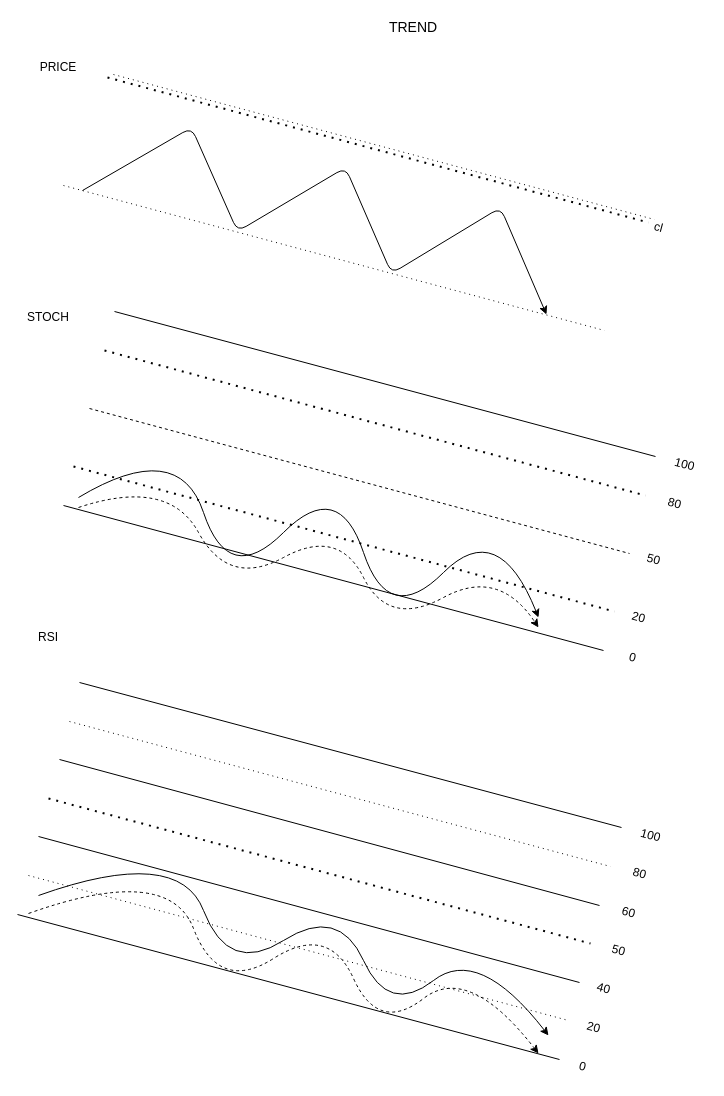
Earlier version of the draw.io diagram draws/14 -- trend.drawio (uzziahmogg/LithiumIndicator). Source tidied: cells renumbered, new cells numbered last; positions are measured from the earlier drawing's top-left corner, leaving out a move shared by most shapes. Both pictures are drawn from the tidied source at 100%, with x=0, y=0 at pixel (17, 17).
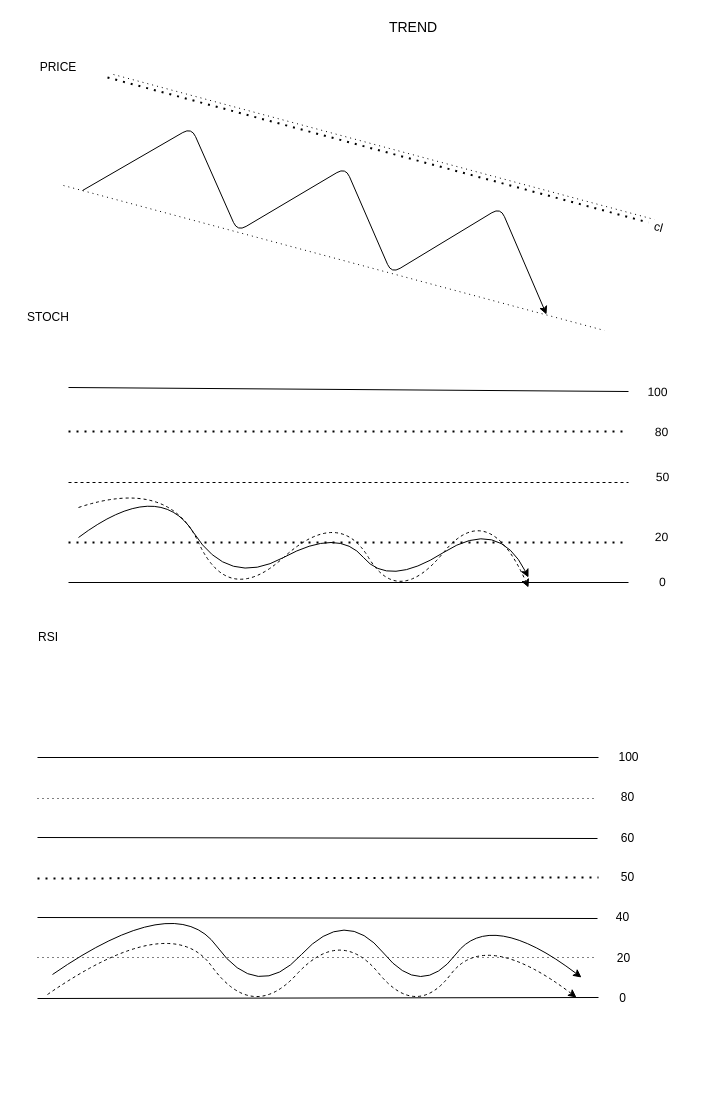
Above is the later version.

The edit, as a diff of the source:
```diff
@@
     <mxCell id="5" style="curved=1;endArrow=classic;html=1;dashed=1;" parent="1" edge="1">
       <mxGeometry x="10" y="270" as="geometry">
         <mxPoint x="61" y="490" as="sourcePoint" />
-        <mxPoint x="521" y="610" as="targetPoint" />
+        <mxPoint x="511" y="570" as="targetPoint" />
         <Array as="points">
           <mxPoint x="151" y="460" />
-          <mxPoint x="211" y="570" />
-          <mxPoint x="321" y="510" />
-          <mxPoint x="371" y="610" />
-          <mxPoint x="481" y="550" />
+          <mxPoint x="211" y="590" />
+          <mxPoint x="321" y="490" />
+          <mxPoint x="381" y="590" />
+          <mxPoint x="471" y="480" />
         </Array>
       </mxGeometry>
     </mxCell>
-    <mxCell id="6" style="group;rotation=15;" parent="1" vertex="1">
-      <mxGeometry x="61" y="360" width="610" height="220" as="geometry" />
-    </mxCell>
+    <mxCell id="17" value="RSI" style="text;html=1;strokeColor=none;fillColor=none;align=center;verticalAlign=middle;whiteSpace=wrap;rounded=0;" parent="1" vertex="1">
+      <mxGeometry x="11" y="610" width="40" height="20" as="geometry" />
+    </mxCell>
+    <mxCell id="18" style="endArrow=classic;html=1;" parent="1" edge="1">
+      <mxGeometry x="59" y="87" as="geometry">
+        <mxPoint x="65" y="173" as="sourcePoint" />
+        <mxPoint x="529" y="297" as="targetPoint" />
+        <Array as="points">
+          <mxPoint x="174" y="110" />
+          <mxPoint x="220" y="214" />
+          <mxPoint x="328" y="150" />
+          <mxPoint x="374" y="256" />
+          <mxPoint x="483" y="190" />
+        </Array>
+      </mxGeometry>
+    </mxCell>
+    <mxCell id="19" style="endArrow=none;dashed=1;html=1;dashPattern=1 4;" parent="1" edge="1">
+      <mxGeometry x="59" y="87" as="geometry">
+        <mxPoint x="96" y="57" as="sourcePoint" />
+        <mxPoint x="637" y="202" as="targetPoint" />
+      </mxGeometry>
+    </mxCell>
+    <mxCell id="20" style="endArrow=none;dashed=1;html=1;dashPattern=1 3;strokeWidth=2;" parent="1" edge="1">
+      <mxGeometry x="68" y="32" as="geometry">
+        <mxPoint x="90" y="60" as="sourcePoint" />
+        <mxPoint x="631" y="205" as="targetPoint" />
+      </mxGeometry>
+    </mxCell>
+    <mxCell id="21" value="cl" style="text;html=1;align=center;verticalAlign=middle;strokeColor=none;rotation=15;" parent="1" vertex="1">
+      <mxGeometry x="631" y="200" width="20" height="20" as="geometry" />
+    </mxCell>
+    <mxCell id="22" style="endArrow=none;dashed=1;html=1;dashPattern=1 4;" parent="1" edge="1">
+      <mxGeometry x="59" y="87" as="geometry">
+        <mxPoint x="46" y="168" as="sourcePoint" />
+        <mxPoint x="587" y="313" as="targetPoint" />
+      </mxGeometry>
+    </mxCell>
+    <mxCell id="23" style="curved=1;endArrow=classic;html=1;" parent="1" edge="1">
+      <mxGeometry x="10" y="260" as="geometry">
+        <mxPoint x="61" y="520" as="sourcePoint" />
+        <mxPoint x="511" y="560" as="targetPoint" />
+        <Array as="points">
+          <mxPoint x="141" y="460" />
+          <mxPoint x="211" y="570" />
+          <mxPoint x="321" y="510" />
+          <mxPoint x="371" y="570" />
+          <mxPoint x="481" y="500" />
+        </Array>
+      </mxGeometry>
+    </mxCell>
-    <mxCell id="7" style="endArrow=none;html=1;" parent="6" edge="1">
-      <mxGeometry x="-23" y="-136" as="geometry">
-        <mxPoint x="36" y="-66" as="sourcePoint" />
-        <mxPoint x="577" y="79" as="targetPoint" />
+    <mxCell id="7" style="endArrow=none;html=1;" parent="1" edge="1">
+      <mxGeometry x="-17" y="334" as="geometry">
+        <mxPoint x="51" y="370" as="sourcePoint" />
+        <mxPoint x="611" y="374" as="targetPoint" />
       </mxGeometry>
     </mxCell>
-    <mxCell id="8" style="endArrow=none;html=1;" parent="6" edge="1">
-      <mxGeometry x="-23" y="-136" as="geometry">
-        <mxPoint x="-15" y="128" as="sourcePoint" />
-        <mxPoint x="525" y="273" as="targetPoint" />
+    <mxCell id="8" style="endArrow=none;html=1;" parent="1" edge="1">
+      <mxGeometry x="-17" y="334" as="geometry">
+        <mxPoint x="51" y="565" as="sourcePoint" />
+        <mxPoint x="611" y="565" as="targetPoint" />
       </mxGeometry>
     </mxCell>
-    <mxCell id="9" style="endArrow=none;dashed=1;html=1;dashPattern=1 3;strokeWidth=2;" parent="6" edge="1">
-      <mxGeometry x="-23" y="-136" as="geometry">
-        <mxPoint x="26" y="-27" as="sourcePoint" />
-        <mxPoint x="567" y="118" as="targetPoint" />
+    <mxCell id="9" style="endArrow=none;dashed=1;html=1;dashPattern=1 3;strokeWidth=2;" parent="1" edge="1">
+      <mxGeometry x="-17" y="334" as="geometry">
+        <mxPoint x="51" y="414" as="sourcePoint" />
+        <mxPoint x="611" y="414" as="targetPoint" />
       </mxGeometry>
     </mxCell>
-    <mxCell id="10" value="80" style="text;html=1;align=center;verticalAlign=middle;strokeColor=none;rotation=15;" parent="6" vertex="1">
-      <mxGeometry x="581" y="116" width="30" height="20" as="geometry" />
+    <mxCell id="10" value="80" style="text;html=1;align=center;verticalAlign=middle;strokeColor=none;rotation=1;" parent="1" vertex="1">
+      <mxGeometry x="629" y="405" width="30" height="20" as="geometry" />
     </mxCell>
-    <mxCell id="11" style="endArrow=none;dashed=1;html=1;" parent="6" edge="1">
-      <mxGeometry x="-39" y="-115" as="geometry">
-        <mxPoint x="11" y="31" as="sourcePoint" />
-        <mxPoint x="551" y="176" as="targetPoint" />
+    <mxCell id="11" style="endArrow=none;dashed=1;html=1;" parent="1" edge="1">
+      <mxGeometry x="-28" y="373" as="geometry">
+        <mxPoint x="51" y="465" as="sourcePoint" />
+        <mxPoint x="611" y="465" as="targetPoint" />
       </mxGeometry>
     </mxCell>
-    <mxCell id="12" value="100" style="text;html=1;align=center;verticalAlign=middle;strokeColor=none;rotation=15;" parent="6" vertex="1">
-      <mxGeometry x="586" y="77" width="40" height="20" as="geometry" />
+    <mxCell id="12" value="100" style="text;html=1;align=center;verticalAlign=middle;strokeColor=none;rotation=1;" parent="1" vertex="1">
+      <mxGeometry x="620" y="365" width="40" height="20" as="geometry" />
     </mxCell>
-    <mxCell id="13" value="0" style="text;html=1;align=center;verticalAlign=middle;strokeColor=none;rotation=15;" parent="6" vertex="1">
-      <mxGeometry x="544" y="270" width="20" height="20" as="geometry" />
+    <mxCell id="13" value="0" style="text;html=1;align=center;verticalAlign=middle;strokeColor=none;rotation=1;" parent="1" vertex="1">
+      <mxGeometry x="635" y="555" width="20" height="20" as="geometry" />
     </mxCell>
-    <mxCell id="14" value="20" style="text;html=1;align=center;verticalAlign=middle;strokeColor=none;rotation=15;" parent="6" vertex="1">
-      <mxGeometry x="545" y="230" width="30" height="20" as="geometry" />
+    <mxCell id="14" value="20" style="text;html=1;align=center;verticalAlign=middle;strokeColor=none;rotation=1;" parent="1" vertex="1">
+      <mxGeometry x="629" y="510" width="30" height="20" as="geometry" />
     </mxCell>
-    <mxCell id="15" value="50" style="text;html=1;align=center;verticalAlign=middle;strokeColor=none;rotation=15;" parent="6" vertex="1">
-      <mxGeometry x="560" y="172" width="30" height="20" as="geometry" />
+    <mxCell id="15" value="50" style="text;html=1;align=center;verticalAlign=middle;strokeColor=none;rotation=1;" parent="1" vertex="1">
+      <mxGeometry x="630" y="450" width="30" height="20" as="geometry" />
     </mxCell>
-    <mxCell id="16" style="endArrow=none;dashed=1;html=1;dashPattern=1 3;strokeWidth=2;" parent="6" edge="1">
-      <mxGeometry x="-23" y="-136" as="geometry">
-        <mxPoint x="-5" y="89" as="sourcePoint" />
-        <mxPoint x="536" y="234" as="targetPoint" />
+    <mxCell id="16" style="endArrow=none;dashed=1;html=1;dashPattern=1 3;strokeWidth=2;" parent="1" edge="1">
+      <mxGeometry x="-17" y="334" as="geometry">
+        <mxPoint x="51" y="525" as="sourcePoint" />
+        <mxPoint x="611" y="525" as="targetPoint" />
       </mxGeometry>
     </mxCell>
-    <mxCell id="17" value="RSI" style="text;html=1;strokeColor=none;fillColor=none;align=center;verticalAlign=middle;whiteSpace=wrap;rounded=0;" parent="1" vertex="1">
-      <mxGeometry x="11" y="610" width="40" height="20" as="geometry" />
-    </mxCell>
-    <mxCell id="18" style="endArrow=classic;html=1;" parent="1" edge="1">
-      <mxGeometry x="59" y="87" as="geometry">
-        <mxPoint x="65" y="173" as="sourcePoint" />
-        <mxPoint x="529" y="297" as="targetPoint" />
-        <Array as="points">
-          <mxPoint x="174" y="110" />
-          <mxPoint x="220" y="214" />
-          <mxPoint x="328" y="150" />
-          <mxPoint x="374" y="256" />
-          <mxPoint x="483" y="190" />
-        </Array>
-      </mxGeometry>
-    </mxCell>
-    <mxCell id="19" style="endArrow=none;dashed=1;html=1;dashPattern=1 4;" parent="1" edge="1">
-      <mxGeometry x="59" y="87" as="geometry">
-        <mxPoint x="96" y="57" as="sourcePoint" />
-        <mxPoint x="637" y="202" as="targetPoint" />
-      </mxGeometry>
-    </mxCell>
-    <mxCell id="20" style="endArrow=none;dashed=1;html=1;dashPattern=1 3;strokeWidth=2;" parent="1" edge="1">
-      <mxGeometry x="68" y="32" as="geometry">
-        <mxPoint x="90" y="60" as="sourcePoint" />
-        <mxPoint x="631" y="205" as="targetPoint" />
-      </mxGeometry>
-    </mxCell>
-    <mxCell id="21" value="cl" style="text;html=1;align=center;verticalAlign=middle;strokeColor=none;rotation=15;" parent="1" vertex="1">
-      <mxGeometry x="631" y="200" width="20" height="20" as="geometry" />
-    </mxCell>
-    <mxCell id="22" style="endArrow=none;dashed=1;html=1;dashPattern=1 4;" parent="1" edge="1">
-      <mxGeometry x="59" y="87" as="geometry">
-        <mxPoint x="46" y="168" as="sourcePoint" />
-        <mxPoint x="587" y="313" as="targetPoint" />
-      </mxGeometry>
-    </mxCell>
-    <mxCell id="23" style="curved=1;endArrow=classic;html=1;" parent="1" edge="1">
-      <mxGeometry x="10" y="260" as="geometry">
-        <mxPoint x="61" y="480" as="sourcePoint" />
-        <mxPoint x="521" y="600" as="targetPoint" />
-        <Array as="points">
-          <mxPoint x="161" y="420" />
-          <mxPoint x="211" y="570" />
-          <mxPoint x="321" y="460" />
-          <mxPoint x="371" y="610" />
-          <mxPoint x="481" y="500" />
-        </Array>
-      </mxGeometry>
-    </mxCell>
     <mxCell id="24" style="endArrow=none;html=1;" parent="1" edge="1">
-      <mxGeometry x="-8" y="588" as="geometry">
-        <mxPoint x="62" y="665" as="sourcePoint" />
-        <mxPoint x="604" y="810" as="targetPoint" />
+      <mxGeometry x="-70" y="675" as="geometry">
+        <mxPoint x="20" y="740" as="sourcePoint" />
+        <mxPoint x="581" y="740" as="targetPoint" />
       </mxGeometry>
     </mxCell>
     <mxCell id="25" style="endArrow=none;dashed=1;html=1;dashPattern=1 3;strokeWidth=2;" parent="1" edge="1">
-      <mxGeometry x="-8" y="588" as="geometry">
-        <mxPoint x="31" y="781" as="sourcePoint" />
-        <mxPoint x="573" y="926" as="targetPoint" />
+      <mxGeometry x="-70" y="675" as="geometry">
+        <mxPoint x="20" y="861" as="sourcePoint" />
+        <mxPoint x="581" y="860" as="targetPoint" />
       </mxGeometry>
     </mxCell>
     <mxCell id="26" style="endArrow=none;html=1;" parent="1" edge="1">
-      <mxGeometry x="-8" y="588" as="geometry">
-        <mxPoint y="897" as="sourcePoint" />
-        <mxPoint x="542" y="1042" as="targetPoint" />
+      <mxGeometry x="-70" y="675" as="geometry">
+        <mxPoint x="20" y="981" as="sourcePoint" />
+        <mxPoint x="581" y="980" as="targetPoint" />
       </mxGeometry>
     </mxCell>
     <mxCell id="27" style="endArrow=none;dashed=1;html=1;dashPattern=1 4;" parent="1" edge="1">
-      <mxGeometry x="-8" y="588" as="geometry">
-        <mxPoint x="52" y="704" as="sourcePoint" />
-        <mxPoint x="593" y="849" as="targetPoint" />
+      <mxGeometry x="-70" y="675" as="geometry">
+        <mxPoint x="20" y="781" as="sourcePoint" />
+        <mxPoint x="580" y="781" as="targetPoint" />
       </mxGeometry>
     </mxCell>
     <mxCell id="28" style="endArrow=none;dashed=1;html=1;dashPattern=1 4;" parent="1" edge="1">
-      <mxGeometry x="-8" y="588" as="geometry">
-        <mxPoint x="11" y="858" as="sourcePoint" />
-        <mxPoint x="551" y="1003" as="targetPoint" />
+      <mxGeometry x="-70" y="675" as="geometry">
+        <mxPoint x="20" y="940" as="sourcePoint" />
+        <mxPoint x="580" y="940" as="targetPoint" />
       </mxGeometry>
     </mxCell>
     <mxCell id="29" style="endArrow=none;html=1;" parent="1" edge="1">
-      <mxGeometry x="-8" y="588" as="geometry">
-        <mxPoint x="42" y="742" as="sourcePoint" />
-        <mxPoint x="582" y="888" as="targetPoint" />
+      <mxGeometry x="-70" y="675" as="geometry">
+        <mxPoint x="20" y="820" as="sourcePoint" />
+        <mxPoint x="580" y="821" as="targetPoint" />
       </mxGeometry>
     </mxCell>
     <mxCell id="30" style="endArrow=none;html=1;" parent="1" edge="1">
-      <mxGeometry x="-8" y="588" as="geometry">
-        <mxPoint x="21" y="819" as="sourcePoint" />
-        <mxPoint x="562" y="965" as="targetPoint" />
+      <mxGeometry x="-70" y="675" as="geometry">
+        <mxPoint x="20" y="900" as="sourcePoint" />
+        <mxPoint x="580" y="901" as="targetPoint" />
       </mxGeometry>
     </mxCell>
-    <mxCell id="31" value="100" style="text;html=1;align=center;verticalAlign=middle;strokeColor=none;rotation=15;" parent="1" vertex="1">
-      <mxGeometry x="613" y="808" width="40" height="20" as="geometry" />
+    <mxCell id="31" value="100" style="text;html=1;align=center;verticalAlign=middle;strokeColor=none;rotation=0;" parent="1" vertex="1">
+      <mxGeometry x="591" y="730" width="40" height="20" as="geometry" />
     </mxCell>
-    <mxCell id="32" value="80" style="text;html=1;align=center;verticalAlign=middle;strokeColor=none;rotation=15;" parent="1" vertex="1">
-      <mxGeometry x="607" y="846" width="30" height="20" as="geometry" />
+    <mxCell id="32" value="80" style="text;html=1;align=center;verticalAlign=middle;strokeColor=none;rotation=0;" parent="1" vertex="1">
+      <mxGeometry x="595" y="770" width="30" height="20" as="geometry" />
     </mxCell>
-    <mxCell id="33" value="60" style="text;html=1;align=center;verticalAlign=middle;strokeColor=none;rotation=15;" parent="1" vertex="1">
-      <mxGeometry x="596" y="885" width="30" height="20" as="geometry" />
+    <mxCell id="33" value="60" style="text;html=1;align=center;verticalAlign=middle;strokeColor=none;rotation=0;" parent="1" vertex="1">
+      <mxGeometry x="595" y="811" width="30" height="20" as="geometry" />
     </mxCell>
-    <mxCell id="34" value="50" style="text;html=1;align=center;verticalAlign=middle;strokeColor=none;rotation=15;" parent="1" vertex="1">
-      <mxGeometry x="586" y="923" width="30" height="20" as="geometry" />
+    <mxCell id="34" value="50" style="text;html=1;align=center;verticalAlign=middle;strokeColor=none;rotation=0;" parent="1" vertex="1">
+      <mxGeometry x="595" y="850" width="30" height="20" as="geometry" />
     </mxCell>
-    <mxCell id="35" value="40" style="text;html=1;align=center;verticalAlign=middle;strokeColor=none;rotation=15;" parent="1" vertex="1">
-      <mxGeometry x="571" y="961" width="30" height="20" as="geometry" />
+    <mxCell id="35" value="40" style="text;html=1;align=center;verticalAlign=middle;strokeColor=none;rotation=0;" parent="1" vertex="1">
+      <mxGeometry x="590" y="890" width="30" height="20" as="geometry" />
     </mxCell>
-    <mxCell id="36" value="20" style="text;html=1;align=center;verticalAlign=middle;strokeColor=none;rotation=15;" parent="1" vertex="1">
-      <mxGeometry x="561" y="1000" width="30" height="20" as="geometry" />
+    <mxCell id="36" value="20" style="text;html=1;align=center;verticalAlign=middle;strokeColor=none;rotation=0;" parent="1" vertex="1">
+      <mxGeometry x="591" y="931" width="30" height="20" as="geometry" />
     </mxCell>
-    <mxCell id="37" value="0" style="text;html=1;align=center;verticalAlign=middle;strokeColor=none;rotation=15;" parent="1" vertex="1">
-      <mxGeometry x="555" y="1039" width="20" height="20" as="geometry" />
+    <mxCell id="37" value="0" style="text;html=1;align=center;verticalAlign=middle;strokeColor=none;rotation=0;" parent="1" vertex="1">
+      <mxGeometry x="595" y="971" width="20" height="20" as="geometry" />
     </mxCell>
     <mxCell id="38" style="curved=1;endArrow=classic;html=1;" parent="1" edge="1">
-      <mxGeometry x="-60" y="781" as="geometry">
-        <mxPoint x="21" y="878" as="sourcePoint" />
-        <mxPoint x="531" y="1018" as="targetPoint" />
+      <mxGeometry x="-71" y="875" as="geometry">
+        <mxPoint x="35" y="957" as="sourcePoint" />
+        <mxPoint x="564" y="960" as="targetPoint" />
         <Array as="points">
-          <mxPoint x="161" y="828" />
-          <mxPoint x="211" y="958" />
-          <mxPoint x="321" y="888" />
-          <mxPoint x="371" y="998" />
-          <mxPoint x="461" y="928" />
+          <mxPoint x="158" y="872" />
+          <mxPoint x="240" y="985" />
+          <mxPoint x="328" y="889" />
+          <mxPoint x="404" y="982" />
+          <mxPoint x="473" y="891" />
         </Array>
       </mxGeometry>
     </mxCell>
     <mxCell id="39" style="curved=1;endArrow=classic;html=1;dashed=1;" parent="1" edge="1">
-      <mxGeometry x="-70" y="799" as="geometry">
-        <mxPoint x="11" y="896" as="sourcePoint" />
-        <mxPoint x="521" y="1036" as="targetPoint" />
+      <mxGeometry x="-76" y="895" as="geometry">
+        <mxPoint x="30" y="977" as="sourcePoint" />
+        <mxPoint x="559" y="980" as="targetPoint" />
         <Array as="points">
-          <mxPoint x="151" y="846" />
-          <mxPoint x="201" y="976" />
-          <mxPoint x="311" y="906" />
-          <mxPoint x="361" y="1016" />
-          <mxPoint x="451" y="946" />
+          <mxPoint x="153" y="892" />
+          <mxPoint x="235" y="1005" />
+          <mxPoint x="323" y="909" />
+          <mxPoint x="399" y="1002" />
+          <mxPoint x="468" y="911" />
         </Array>
       </mxGeometry>
     </mxCell>
```
